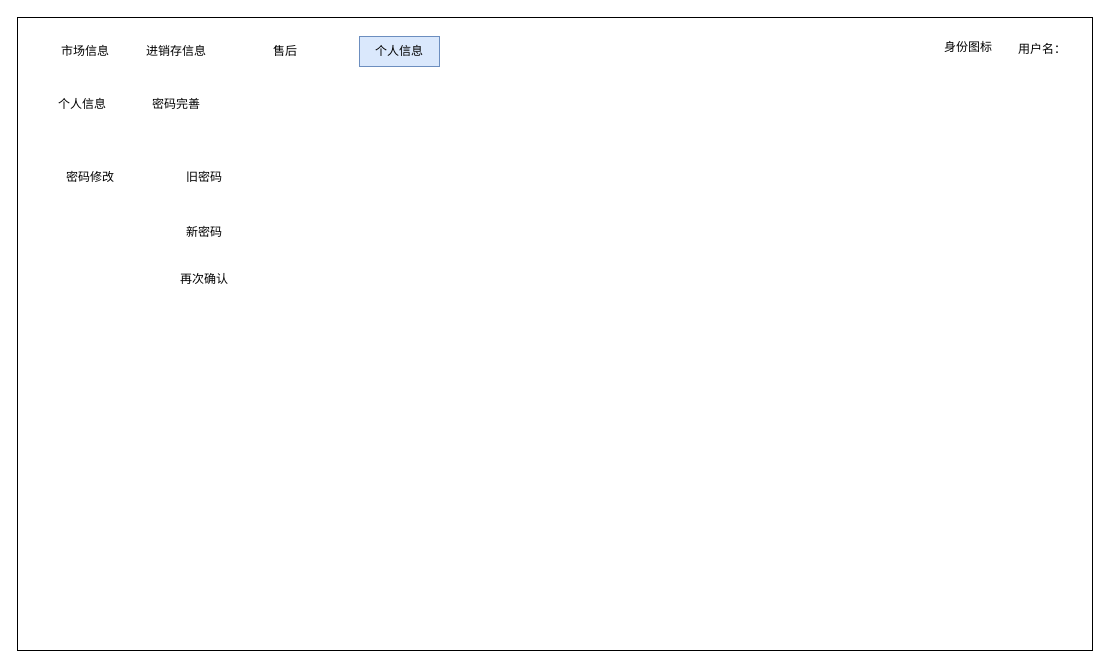
Before: page "密码完善" (2 of 3) of 泰加个人信息.drawio in cangwang/news, a draw.io diagram. Source tidied: cells renumbered, new cells numbered last; positions are measured from the earlier drawing's top-left corner, leaving out a move shared by most shapes. Both pictures are drawn from the tidied source at 100%, with x=0, y=0 at pixel (17, 17).
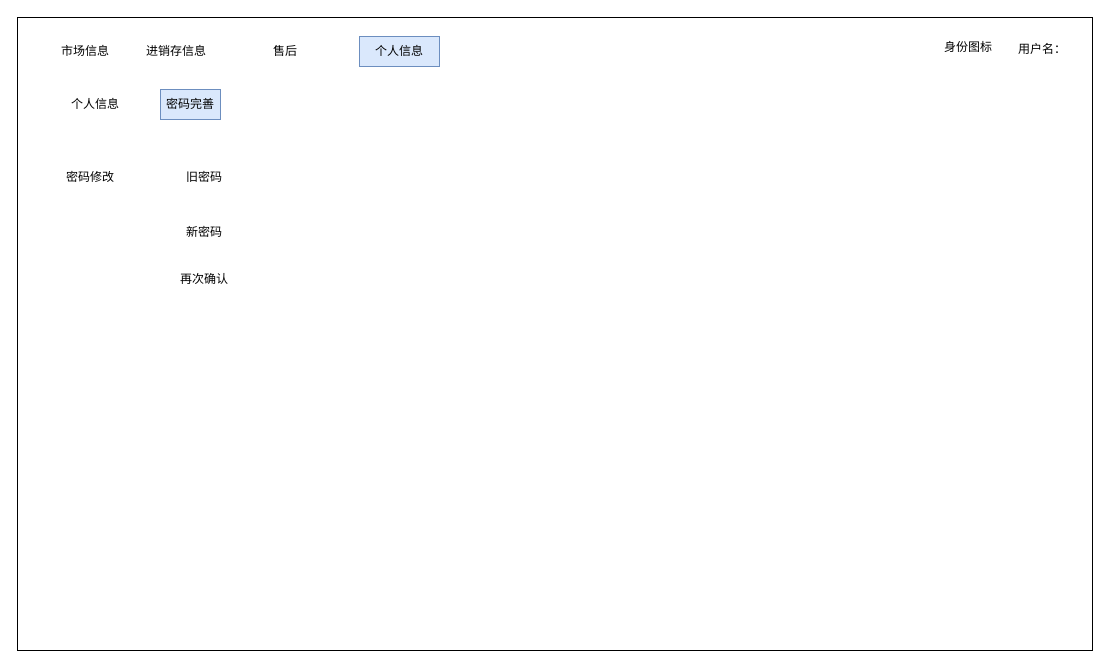
After the change.

The edit, as a diff of the source:
```diff
@@
 <mxGraphModel>
   <root>
     <mxCell id="0" />
     <mxCell id="1" parent="0" />
     <mxCell id="2" style="rounded=0;whiteSpace=wrap;html=1;" parent="1" vertex="1">
       <mxGeometry width="1075" height="633" as="geometry" />
     </mxCell>
     <mxCell id="3" value="市场信息" style="text;html=1;align=center;verticalAlign=middle;whiteSpace=wrap;rounded=0;" parent="1" vertex="1">
       <mxGeometry x="28" y="19" width="80" height="30" as="geometry" />
     </mxCell>
     <mxCell id="4" value="进销存信息" style="text;html=1;align=center;verticalAlign=middle;whiteSpace=wrap;rounded=0;" parent="1" vertex="1">
       <mxGeometry x="119" y="19" width="80" height="30" as="geometry" />
     </mxCell>
     <mxCell id="5" value="售后" style="text;html=1;strokeColor=none;fillColor=none;align=center;verticalAlign=middle;whiteSpace=wrap;rounded=0;" parent="1" vertex="1">
       <mxGeometry x="228" y="19" width="80" height="30" as="geometry" />
     </mxCell>
     <mxCell id="6" value="个人信息" style="text;html=1;strokeColor=#6c8ebf;fillColor=#dae8fc;align=center;verticalAlign=middle;whiteSpace=wrap;rounded=0;" parent="1" vertex="1">
       <mxGeometry x="342" y="19" width="80" height="30" as="geometry" />
     </mxCell>
     <mxCell id="7" value="用户名：" style="text;html=1;strokeColor=none;fillColor=none;align=center;verticalAlign=middle;whiteSpace=wrap;rounded=0;fontSize=12;" parent="1" vertex="1">
       <mxGeometry x="995" y="17" width="60" height="30" as="geometry" />
     </mxCell>
     <mxCell id="8" value="身份图标" style="text;html=1;strokeColor=none;fillColor=none;align=center;verticalAlign=middle;whiteSpace=wrap;rounded=0;fontSize=12;" parent="1" vertex="1">
       <mxGeometry x="921" y="15" width="60" height="30" as="geometry" />
     </mxCell>
     <mxCell id="9" value="个人信息" style="text;html=1;align=center;verticalAlign=middle;whiteSpace=wrap;rounded=0;" parent="1" vertex="1">
-      <mxGeometry x="35" y="72" width="60" height="30" as="geometry" />
+      <mxGeometry x="48" y="72" width="60" height="30" as="geometry" />
     </mxCell>
-    <mxCell id="10" value="密码完善" style="text;html=1;align=center;verticalAlign=middle;whiteSpace=wrap;rounded=0;" parent="1" vertex="1">
-      <mxGeometry x="129" y="72" width="60" height="30" as="geometry" />
+    <mxCell id="10" value="密码完善" style="text;html=1;align=center;verticalAlign=middle;whiteSpace=wrap;rounded=0;fillColor=#dae8fc;strokeColor=#6c8ebf;" parent="1" vertex="1">
+      <mxGeometry x="143" y="72" width="60" height="30" as="geometry" />
     </mxCell>
     <mxCell id="11" value="密码修改" style="text;html=1;strokeColor=none;fillColor=none;align=center;verticalAlign=middle;whiteSpace=wrap;rounded=0;" parent="1" vertex="1">
       <mxGeometry x="43" y="145" width="60" height="30" as="geometry" />
     </mxCell>
     <mxCell id="12" value="旧密码" style="text;html=1;strokeColor=none;fillColor=none;align=center;verticalAlign=middle;whiteSpace=wrap;rounded=0;" parent="1" vertex="1">
       <mxGeometry x="157" y="145" width="60" height="30" as="geometry" />
     </mxCell>
     <mxCell id="13" value="新密码" style="text;html=1;strokeColor=none;fillColor=none;align=center;verticalAlign=middle;whiteSpace=wrap;rounded=0;" parent="1" vertex="1">
       <mxGeometry x="157" y="200" width="60" height="30" as="geometry" />
     </mxCell>
     <mxCell id="14" value="再次确认" style="text;html=1;strokeColor=none;fillColor=none;align=center;verticalAlign=middle;whiteSpace=wrap;rounded=0;" parent="1" vertex="1">
       <mxGeometry x="157" y="247" width="60" height="30" as="geometry" />
     </mxCell>
   </root>
 </mxGraphModel>
```
